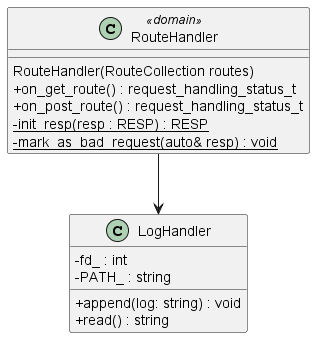
lineklemensen/PRJ3 keeps this PlantUML diagram as docs/diagrams/out/apModel/server_classes/ServerClasses.png. Above is the earlier version.
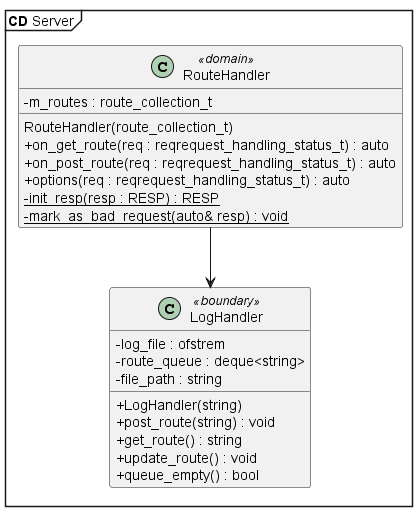
After the change.

Commit message:
server design

Diff of the diagram source:
```diff
@@ -1,4 +1,5 @@
 @startuml ServerClasses
+mainframe **CD** Server
 
 skinparam {
     packageStyle rectangle
@@ -8,19 +9,27 @@
 
 class "RouteHandler" as h <<domain>>
 {
-    RouteHandler(RouteCollection routes)
-    + on_get_route() : request_handling_status_t
-    + on_post_route() : request_handling_status_t
+    RouteHandler(route_collection_t)
+    + on_get_route(req : reqrequest_handling_status_t) : auto
+    + on_post_route(req : reqrequest_handling_status_t) : auto
+    + options(req : reqrequest_handling_status_t) : auto
+    - m_routes : route_collection_t
     -{static}init_resp(resp : RESP) : RESP
     -{static}mark_as_bad_request(auto& resp) : void
+
+
 }
 
-class "LogHandler" as l
+class "LogHandler" as l <<boundary>>
 {
-    + append(log: string) : void
-    + read() : string
-    - fd_ : int
-    - PATH_ : string
+    + LogHandler(string)
+    + post_route(string) : void
+    + get_route() : string
+    + update_route() : void
+    + queue_empty() : bool
+    - log_file : ofstrem
+    - route_queue : deque<string>
+    - file_path : string
 }
 
 
```
